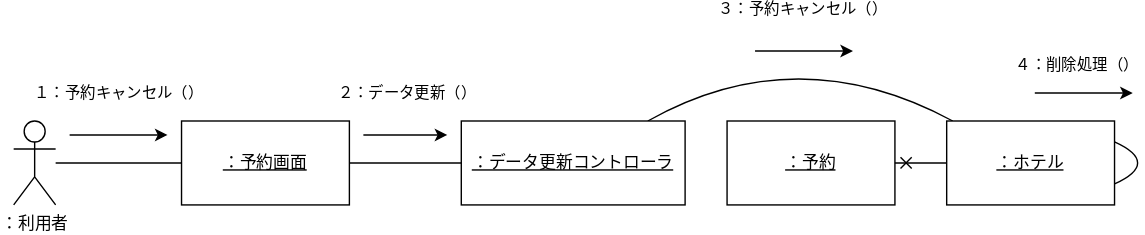
The draw.io diagram 演習５-2_CD_予約登録削除.drawio.svg in omorirenka/uml-introduction, before a commit. Source tidied: cells renumbered, new cells last; positions are measured from the earlier drawing's top-left corner, leaving out a move shared by most shapes.
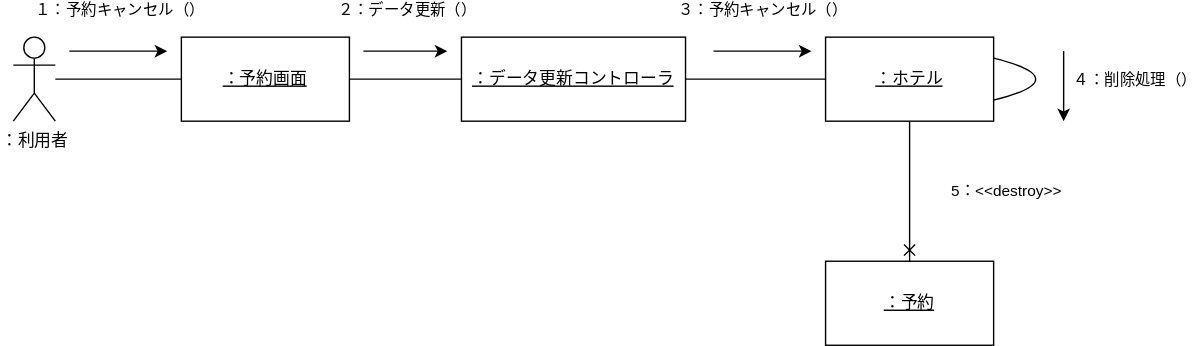
Later version of the same file.

What changed in the source:
```diff
@@ -14,24 +14,20 @@
     <mxCell id="5" value="：予約画面" style="whiteSpace=wrap;html=1;verticalAlign=middle;fontStyle=4;" parent="1" vertex="1">
       <mxGeometry x="120" y="60" width="120" height="60" as="geometry" />
     </mxCell>
-    <mxCell id="6" style="edgeStyle=none;html=1;endArrow=none;endFill=0;curved=1;" parent="1" edge="1" source="7" target="10">
-      <mxGeometry relative="1" as="geometry">
-        <Array as="points">
-          <mxPoint x="560" />
-        </Array>
-      </mxGeometry>
+    <mxCell id="6" style="edgeStyle=none;rounded=0;html=1;endArrow=none;endFill=0;" parent="1" edge="1" source="7" target="10">
+      <mxGeometry relative="1" as="geometry" />
     </mxCell>
     <mxCell id="7" value="：データ更新コントローラ" style="whiteSpace=wrap;html=1;fontStyle=4;" parent="1" vertex="1">
       <mxGeometry x="320" y="60" width="160" height="60" as="geometry" />
     </mxCell>
     <mxCell id="8" value="：予約" style="whiteSpace=wrap;html=1;fontStyle=4;" parent="1" vertex="1">
-      <mxGeometry x="510" y="60" width="120" height="60" as="geometry" />
+      <mxGeometry x="580" y="220" width="120" height="60" as="geometry" />
     </mxCell>
-    <mxCell id="9" style="edgeStyle=none;curved=1;html=1;entryX=1;entryY=0.5;entryDx=0;entryDy=0;endArrow=cross;endFill=0;" parent="1" edge="1" source="10" target="8">
+    <mxCell id="9" style="edgeStyle=none;curved=1;html=1;entryX=0.5;entryY=0;entryDx=0;entryDy=0;endArrow=cross;endFill=0;" parent="1" edge="1" source="10" target="8">
       <mxGeometry relative="1" as="geometry" />
     </mxCell>
     <mxCell id="10" value="：ホテル" style="whiteSpace=wrap;html=1;fontStyle=4;" parent="1" vertex="1">
-      <mxGeometry x="667" y="60" width="120" height="60" as="geometry" />
+      <mxGeometry x="580" y="60" width="120" height="60" as="geometry" />
     </mxCell>
     <mxCell id="11" style="endArrow=classic;html=1;" parent="1" edge="1">
       <mxGeometry relative="1" as="geometry">
@@ -57,8 +53,8 @@
     </mxCell>
     <mxCell id="15" style="endArrow=classic;html=1;" parent="1" edge="1">
       <mxGeometry relative="1" as="geometry">
-        <mxPoint x="530" y="10" as="sourcePoint" />
-        <mxPoint x="600" y="10" as="targetPoint" />
+        <mxPoint x="500" y="70" as="sourcePoint" />
+        <mxPoint x="570" y="70" as="targetPoint" />
       </mxGeometry>
     </mxCell>
     <mxCell id="16" value="３：予約キャンセル（）" style="edgeLabel;html=1;align=center;verticalAlign=middle;" parent="15" vertex="1">
@@ -69,20 +65,25 @@
     <mxCell id="17" style="edgeStyle=none;html=1;entryX=1;entryY=0.75;entryDx=0;entryDy=0;endArrow=none;endFill=0;exitX=1;exitY=0.25;exitDx=0;exitDy=0;curved=1;" parent="1" edge="1" source="10" target="10">
       <mxGeometry relative="1" as="geometry">
         <Array as="points">
-          <mxPoint x="820" y="90" />
+          <mxPoint x="760" y="90" />
         </Array>
       </mxGeometry>
     </mxCell>
     <mxCell id="18" style="endArrow=classic;html=1;" parent="1" edge="1">
       <mxGeometry relative="1" as="geometry">
-        <mxPoint x="730" y="40" as="sourcePoint" />
-        <mxPoint x="800" y="40" as="targetPoint" />
+        <mxPoint x="750" y="70" as="sourcePoint" />
+        <mxPoint x="750" y="120" as="targetPoint" />
       </mxGeometry>
     </mxCell>
     <mxCell id="19" value="４：削除処理（）" style="edgeLabel;html=1;align=center;verticalAlign=middle;" parent="18" vertex="1">
       <mxGeometry relative="1" as="geometry">
-        <mxPoint x="-5" y="-20" as="offset" />
+        <mxPoint x="50" y="-5" as="offset" />
       </mxGeometry>
     </mxCell>
+    <mxCell id="20" value="5：&amp;lt;&amp;lt;destroy&amp;gt;&amp;gt;" style="edgeLabel;html=1;align=center;verticalAlign=middle;" parent="1" vertex="1">
+      <mxGeometry x="710" y="170" as="geometry">
+        <mxPoint x="-2" y="-1" as="offset" />
+      </mxGeometry>
+    </mxCell>
   </root>
 </mxGraphModel>
```
